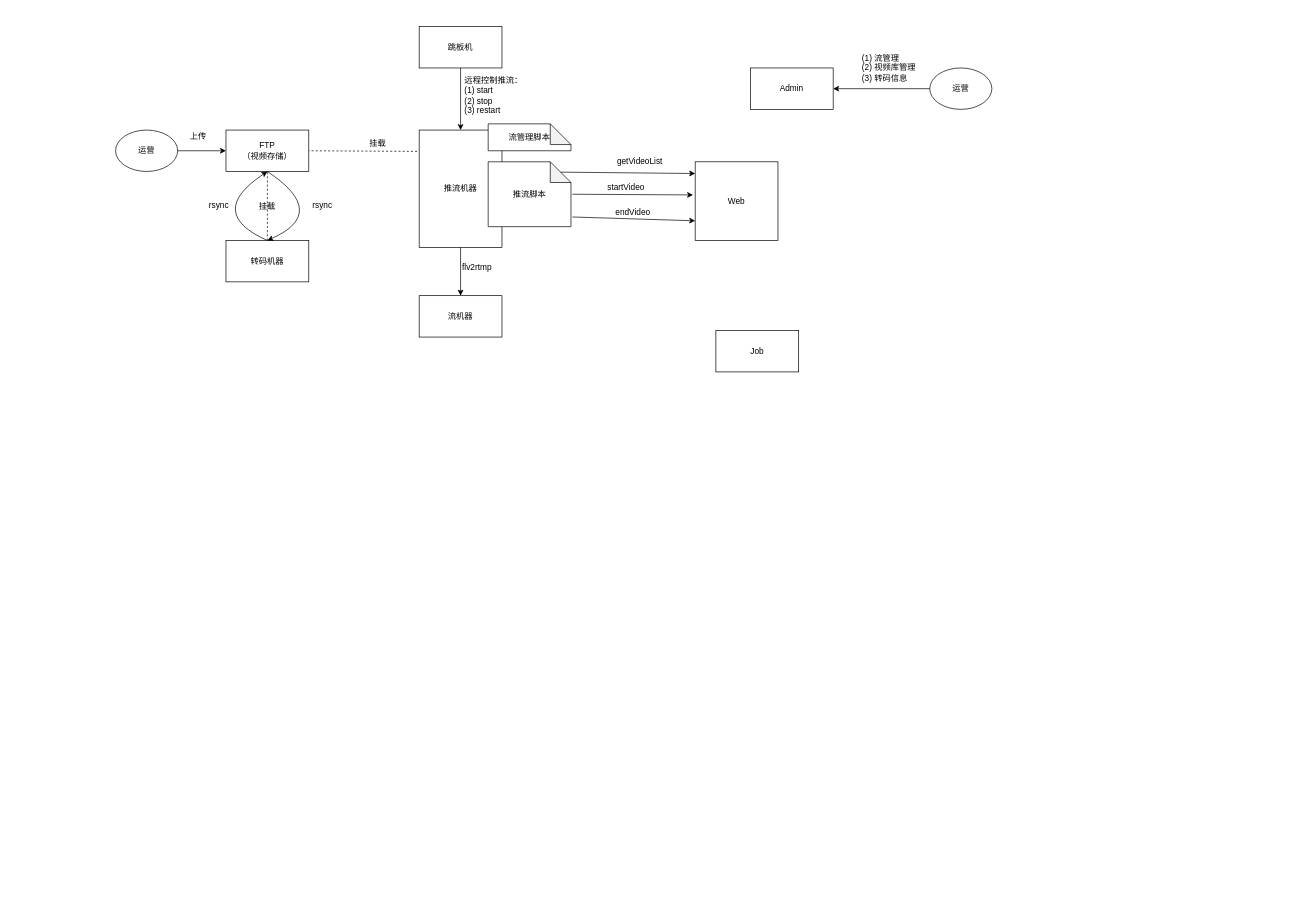
JianHao-Chen/UML keeps this draw.io diagram as seeTogether.drawio. Above is the earlier version. Source tidied: cells renumbered, new cells numbered last; positions are measured from the earlier drawing's top-left corner, leaving out a move shared by most shapes. Both pictures are drawn from the tidied source at 69%, with x=0, y=0 at pixel (115, 26).
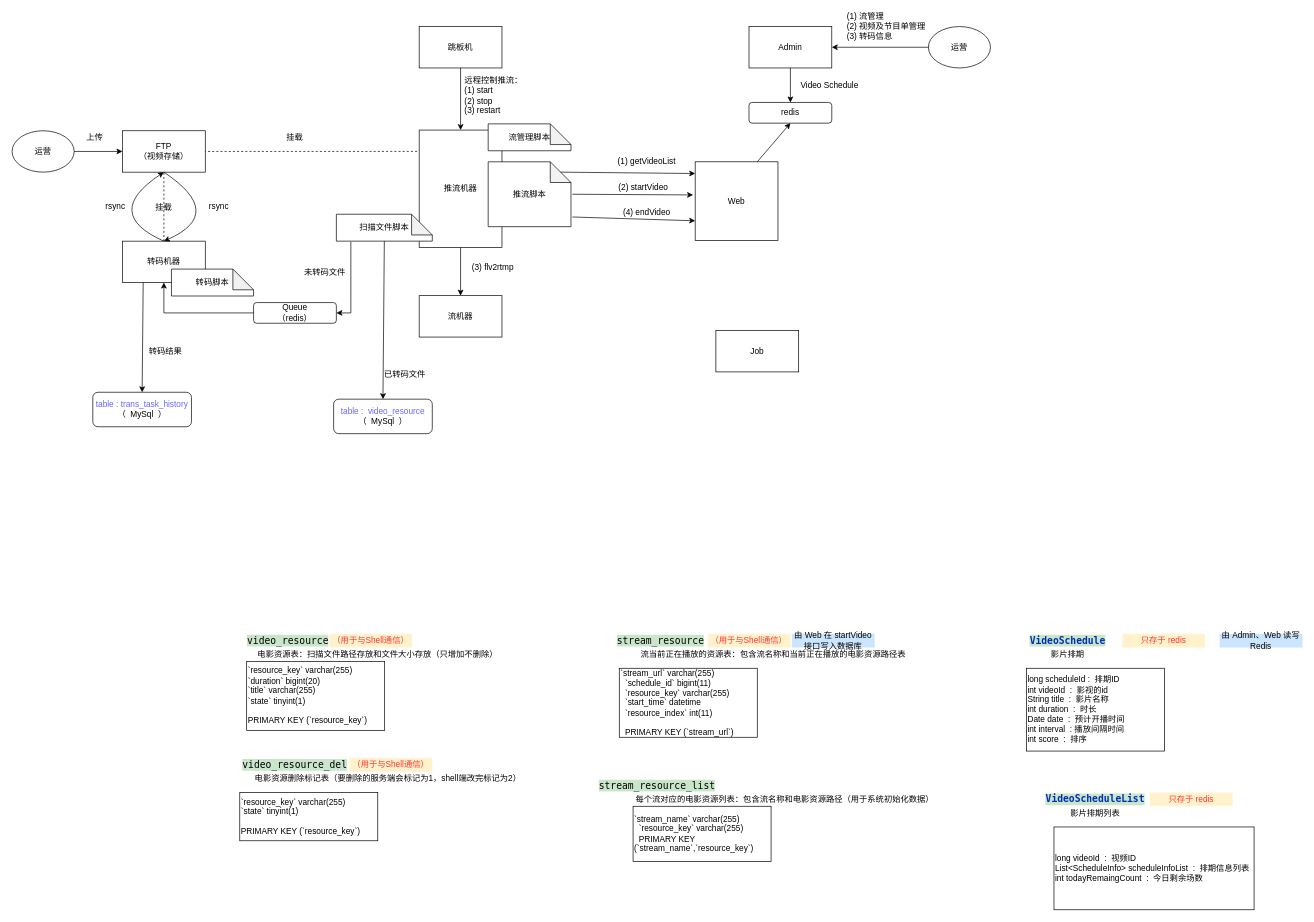
Above is the later version.

The change refers to these unchanged cells:
```xml
<mxCell id="17" value="Web" style="rounded=0;whiteSpace=wrap;html=1;" parent="1" vertex="1">
  <mxGeometry x="840" y="196" width="120" height="114" as="geometry" />
</mxCell>
```

What changed in the source:
```diff
@@
     <mxCell id="2" value="运营" style="ellipse;whiteSpace=wrap;html=1;" parent="1" vertex="1">
-      <mxGeometry y="150" width="90" height="60" as="geometry" />
+      <mxGeometry x="-150" y="151" width="90" height="60" as="geometry" />
     </mxCell>
     <mxCell id="3" value="FTP&lt;br&gt;（视频存储）" style="rounded=0;whiteSpace=wrap;html=1;" parent="1" vertex="1">
-      <mxGeometry x="160" y="150" width="120" height="60" as="geometry" />
+      <mxGeometry x="10" y="151" width="120" height="60" as="geometry" />
     </mxCell>
@@
     <mxCell id="5" value="上传" style="text;html=1;strokeColor=none;fillColor=none;align=center;verticalAlign=middle;whiteSpace=wrap;rounded=0;" parent="1" vertex="1">
-      <mxGeometry x="100" y="150" width="40" height="20" as="geometry" />
+      <mxGeometry x="-50" y="151" width="40" height="20" as="geometry" />
     </mxCell>
     <mxCell id="6" value="转码机器" style="rounded=0;whiteSpace=wrap;html=1;" parent="1" vertex="1">
-      <mxGeometry x="160" y="310" width="120" height="60" as="geometry" />
+      <mxGeometry x="10" y="311" width="120" height="60" as="geometry" />
     </mxCell>
@@
     <mxCell id="8" value="挂载" style="text;html=1;strokeColor=none;fillColor=none;align=center;verticalAlign=middle;whiteSpace=wrap;rounded=0;" parent="1" vertex="1">
-      <mxGeometry x="200" y="251" width="40" height="20" as="geometry" />
+      <mxGeometry x="50" y="252" width="40" height="20" as="geometry" />
     </mxCell>
     <mxCell id="9" style="endArrow=classic;html=1;exitX=0.5;exitY=0;exitDx=0;exitDy=0;entryX=0.5;entryY=1;entryDx=0;entryDy=0;curved=1;" parent="1" edge="1" source="6" target="3">
       <mxGeometry relative="1" as="geometry">
         <Array as="points">
-          <mxPoint x="130" y="270" />
+          <mxPoint x="-20" y="271" />
         </Array>
       </mxGeometry>
     </mxCell>
     <mxCell id="10" style="endArrow=classic;html=1;exitX=0.5;exitY=1;exitDx=0;exitDy=0;entryX=0.5;entryY=0;entryDx=0;entryDy=0;curved=1;" parent="1" edge="1" source="3" target="6">
       <mxGeometry relative="1" as="geometry">
         <Array as="points">
-          <mxPoint x="310" y="270" />
+          <mxPoint x="160" y="271" />
         </Array>
       </mxGeometry>
     </mxCell>
     <mxCell id="11" value="rsync" style="text;html=1;strokeColor=none;fillColor=none;align=center;verticalAlign=middle;whiteSpace=wrap;rounded=0;" parent="1" vertex="1">
-      <mxGeometry x="130" y="250" width="40" height="20" as="geometry" />
+      <mxGeometry x="-20" y="251" width="40" height="20" as="geometry" />
     </mxCell>
     <mxCell id="12" value="rsync" style="text;html=1;strokeColor=none;fillColor=none;align=center;verticalAlign=middle;whiteSpace=wrap;rounded=0;" parent="1" vertex="1">
-      <mxGeometry x="280" y="250" width="40" height="20" as="geometry" />
+      <mxGeometry x="130" y="251" width="40" height="20" as="geometry" />
     </mxCell>
@@
     <mxCell id="15" value="挂载" style="text;html=1;strokeColor=none;fillColor=none;align=center;verticalAlign=middle;whiteSpace=wrap;rounded=0;" parent="1" vertex="1">
-      <mxGeometry x="360" y="160" width="40" height="20" as="geometry" />
+      <mxGeometry x="240" y="151" width="40" height="20" as="geometry" />
     </mxCell>
@@
     <mxCell id="18" value="Admin" style="rounded=0;whiteSpace=wrap;html=1;" parent="1" vertex="1">
-      <mxGeometry x="920" y="60" width="120" height="60" as="geometry" />
+      <mxGeometry x="918" width="120" height="60" as="geometry" />
     </mxCell>
@@
-    <mxCell id="21" value="flv2rtmp" style="text;html=1;strokeColor=none;fillColor=none;align=center;verticalAlign=middle;whiteSpace=wrap;rounded=0;" parent="1" vertex="1">
-      <mxGeometry x="504" y="340" width="40" height="20" as="geometry" />
+    <mxCell id="21" value="(3) flv2rtmp" style="text;html=1;strokeColor=none;fillColor=none;align=center;verticalAlign=middle;whiteSpace=wrap;rounded=0;" parent="1" vertex="1">
+      <mxGeometry x="504" y="340" width="86" height="20" as="geometry" />
     </mxCell>
@@
-    <mxCell id="28" value="getVideoList" style="text;html=1;strokeColor=none;fillColor=none;align=center;verticalAlign=middle;whiteSpace=wrap;rounded=0;" parent="1" vertex="1">
-      <mxGeometry x="740" y="186" width="40" height="20" as="geometry" />
+    <mxCell id="28" value="(1) getVideoList" style="text;html=1;strokeColor=none;fillColor=none;align=center;verticalAlign=middle;whiteSpace=wrap;rounded=0;" parent="1" vertex="1">
+      <mxGeometry x="720" y="186" width="100" height="20" as="geometry" />
     </mxCell>
@@
-    <mxCell id="30" value="startVideo" style="text;html=1;strokeColor=none;fillColor=none;align=center;verticalAlign=middle;whiteSpace=wrap;rounded=0;" parent="1" vertex="1">
-      <mxGeometry x="720" y="223" width="40" height="20" as="geometry" />
+    <mxCell id="30" value="(2) startVideo" style="text;html=1;strokeColor=none;fillColor=none;align=center;verticalAlign=middle;whiteSpace=wrap;rounded=0;" parent="1" vertex="1">
+      <mxGeometry x="720" y="223" width="90" height="20" as="geometry" />
     </mxCell>
@@
-    <mxCell id="32" value="endVideo" style="text;html=1;strokeColor=none;fillColor=none;align=center;verticalAlign=middle;whiteSpace=wrap;rounded=0;" parent="1" vertex="1">
-      <mxGeometry x="730" y="260" width="40" height="20" as="geometry" />
+    <mxCell id="32" value="(4) endVideo" style="text;html=1;strokeColor=none;fillColor=none;align=center;verticalAlign=middle;whiteSpace=wrap;rounded=0;" parent="1" vertex="1">
+      <mxGeometry x="730" y="260" width="80" height="20" as="geometry" />
     </mxCell>
     <mxCell id="33" value="运营" style="ellipse;whiteSpace=wrap;html=1;" parent="1" vertex="1">
-      <mxGeometry x="1180" y="60" width="90" height="60" as="geometry" />
+      <mxGeometry x="1178" width="90" height="60" as="geometry" />
     </mxCell>
@@
-    <mxCell id="35" value="(1) 流管理&lt;br&gt;(2) 视频库管理&lt;br&gt;(3) 转码信息" style="text;html=1;strokeColor=none;fillColor=none;align=left;verticalAlign=middle;whiteSpace=wrap;rounded=0;" parent="1" vertex="1">
-      <mxGeometry x="1080" y="50" width="90" height="20" as="geometry" />
+    <mxCell id="35" value="(1) 流管理&lt;br&gt;(2) 视频及节目单管理&lt;br&gt;(3) 转码信息" style="text;html=1;strokeColor=none;fillColor=none;align=left;verticalAlign=middle;whiteSpace=wrap;rounded=0;" parent="1" vertex="1">
+      <mxGeometry x="1058" y="-10" width="120" height="20" as="geometry" />
     </mxCell>
+    <mxCell id="36" value="`resource_key` varchar(255)&lt;br&gt;`duration` bigint(20)&lt;br&gt;`title` varchar(255)&lt;br&gt;`state` tinyint(1)&lt;br&gt;&lt;br&gt;PRIMARY KEY (`resource_key`)" style="rounded=0;whiteSpace=wrap;html=1;align=left;" parent="1" vertex="1">
+      <mxGeometry x="190" y="920" width="200" height="100" as="geometry" />
+    </mxCell>
+    <mxCell id="37" value="&lt;pre style=&quot;background-color: rgb(202 , 230 , 202) ; font-family: &amp;#34;menlo&amp;#34; ; font-size: 10.5pt&quot;&gt;video_resource&lt;/pre&gt;" style="text;html=1;strokeColor=none;fillColor=none;align=center;verticalAlign=middle;whiteSpace=wrap;rounded=0;" parent="1" vertex="1">
+      <mxGeometry x="230" y="880" width="40" height="20" as="geometry" />
+    </mxCell>
+    <mxCell id="38" value="电影资源表：扫描文件路径存放和文件大小存放（只增加不删除）" style="text;html=1;strokeColor=none;fillColor=none;align=center;verticalAlign=middle;whiteSpace=wrap;rounded=0;" parent="1" vertex="1">
+      <mxGeometry x="190" y="900" width="380" height="20" as="geometry" />
+    </mxCell>
+    <mxCell id="39" value="&lt;pre style=&quot;background-color: rgb(202 , 230 , 202) ; font-family: &amp;#34;menlo&amp;#34; ; font-size: 10.5pt&quot;&gt;video_resource_del&lt;/pre&gt;" style="text;html=1;strokeColor=none;fillColor=none;align=center;verticalAlign=middle;whiteSpace=wrap;rounded=0;" parent="1" vertex="1">
+      <mxGeometry x="240" y="1060" width="40" height="20" as="geometry" />
+    </mxCell>
+    <mxCell id="40" value="电影资源删除标记表（要删除的服务端会标记为1，shell端改完标记为2）" style="text;html=1;strokeColor=none;fillColor=none;align=center;verticalAlign=middle;whiteSpace=wrap;rounded=0;" parent="1" vertex="1">
+      <mxGeometry x="190" y="1080" width="410" height="20" as="geometry" />
+    </mxCell>
+    <mxCell id="41" value="`resource_key` varchar(255)&lt;br&gt;`state` tinyint(1)&lt;br&gt;&lt;br&gt;PRIMARY KEY (`resource_key`)" style="rounded=0;whiteSpace=wrap;html=1;align=left;" parent="1" vertex="1">
+      <mxGeometry x="180" y="1110" width="200" height="70" as="geometry" />
+    </mxCell>
+    <mxCell id="42" value="&lt;font color=&quot;#ff3333&quot;&gt;（用于与Shell通信）&lt;/font&gt;" style="text;html=1;strokeColor=none;fillColor=#FFF2CC;align=center;verticalAlign=middle;whiteSpace=wrap;rounded=0;" parent="1" vertex="1">
+      <mxGeometry x="310" y="880" width="120" height="20" as="geometry" />
+    </mxCell>
+    <mxCell id="43" value="&lt;font color=&quot;#ff3333&quot;&gt;（用于与Shell通信）&lt;/font&gt;" style="text;html=1;strokeColor=none;fillColor=#FFF2CC;align=center;verticalAlign=middle;whiteSpace=wrap;rounded=0;" parent="1" vertex="1">
+      <mxGeometry x="339" y="1060" width="120" height="20" as="geometry" />
+    </mxCell>
+    <mxCell id="44" value="&lt;div&gt;`stream_url` varchar(255)&amp;nbsp;&lt;/div&gt;&lt;div&gt;&amp;nbsp; `schedule_id` bigint(11)&amp;nbsp;&lt;/div&gt;&lt;div&gt;&amp;nbsp; `resource_key` varchar(255)&amp;nbsp;&lt;/div&gt;&lt;div&gt;&amp;nbsp; `start_time` datetime&amp;nbsp;&lt;/div&gt;&lt;div&gt;&amp;nbsp; `resource_index` int(11)&lt;/div&gt;&lt;div&gt;&amp;nbsp;&amp;nbsp;&lt;/div&gt;&lt;div&gt;&amp;nbsp; PRIMARY KEY (`stream_url`)&lt;/div&gt;" style="rounded=0;whiteSpace=wrap;html=1;align=left;" parent="1" vertex="1">
+      <mxGeometry x="730" y="930" width="200" height="100" as="geometry" />
+    </mxCell>
+    <mxCell id="45" value="&lt;pre style=&quot;background-color: rgb(202 , 230 , 202) ; font-family: &amp;#34;menlo&amp;#34; ; font-size: 10.5pt&quot;&gt;&lt;pre style=&quot;font-family: &amp;#34;menlo&amp;#34; ; font-size: 10.5pt&quot;&gt;stream_resource&lt;/pre&gt;&lt;/pre&gt;" style="text;html=1;strokeColor=none;fillColor=none;align=center;verticalAlign=middle;whiteSpace=wrap;rounded=0;" parent="1" vertex="1">
+      <mxGeometry x="770" y="880" width="40" height="20" as="geometry" />
+    </mxCell>
+    <mxCell id="46" value="&amp;nbsp; 流当前正在播放的资源表：包含流名称和当前正在播放的电影资源路径表" style="text;html=1;strokeColor=none;fillColor=none;align=center;verticalAlign=middle;whiteSpace=wrap;rounded=0;" parent="1" vertex="1">
+      <mxGeometry x="730" y="900" width="440" height="20" as="geometry" />
+    </mxCell>
+    <mxCell id="47" value="&lt;font color=&quot;#ff3333&quot;&gt;（用于与Shell通信）&lt;/font&gt;" style="text;html=1;strokeColor=none;fillColor=#FFF2CC;align=center;verticalAlign=middle;whiteSpace=wrap;rounded=0;" parent="1" vertex="1">
+      <mxGeometry x="858" y="880" width="120" height="20" as="geometry" />
+    </mxCell>
+    <mxCell id="48" value="由 Web 在 startVideo 接口写入数据库" style="text;html=1;strokeColor=none;fillColor=#CCE5FF;align=center;verticalAlign=middle;whiteSpace=wrap;rounded=0;" parent="1" vertex="1">
+      <mxGeometry x="980" y="880" width="120" height="20" as="geometry" />
+    </mxCell>
+    <mxCell id="49" value="&lt;div&gt;`stream_name` varchar(255)&amp;nbsp;&lt;/div&gt;&lt;div&gt;&amp;nbsp; `resource_key` varchar(255)&amp;nbsp;&lt;/div&gt;&lt;div&gt;&amp;nbsp; PRIMARY KEY (`stream_name`,`resource_key`)&lt;/div&gt;" style="rounded=0;whiteSpace=wrap;html=1;align=left;" parent="1" vertex="1">
+      <mxGeometry x="750" y="1130" width="200" height="80" as="geometry" />
+    </mxCell>
+    <mxCell id="50" value="&lt;pre style=&quot;background-color: rgb(202 , 230 , 202) ; font-family: &amp;#34;menlo&amp;#34; ; font-size: 10.5pt&quot;&gt;&lt;pre style=&quot;font-family: &amp;#34;menlo&amp;#34; ; font-size: 10.5pt&quot;&gt;stream_resource_list&lt;/pre&gt;&lt;/pre&gt;" style="text;html=1;strokeColor=none;fillColor=none;align=center;verticalAlign=middle;whiteSpace=wrap;rounded=0;" parent="1" vertex="1">
+      <mxGeometry x="765" y="1090" width="40" height="20" as="geometry" />
+    </mxCell>
+    <mxCell id="51" value="每个流对应的电影资源列表：包含流名称和电影资源路径（用于系统初始化数据）" style="text;html=1;strokeColor=none;fillColor=none;align=center;verticalAlign=middle;whiteSpace=wrap;rounded=0;" parent="1" vertex="1">
+      <mxGeometry x="750" y="1110" width="440" height="20" as="geometry" />
+    </mxCell>
+    <mxCell id="52" value="long scheduleId :&amp;nbsp;&amp;nbsp;排期ID&lt;br&gt;int videoId&amp;nbsp; :&amp;nbsp;&amp;nbsp;影视的id&lt;br&gt;String title&amp;nbsp; :&amp;nbsp;&amp;nbsp;影片名称&lt;br&gt;int duration&amp;nbsp; :&amp;nbsp;&amp;nbsp;时长&lt;br&gt;Date date&amp;nbsp; :&amp;nbsp;&amp;nbsp;预计开播时间&lt;br&gt;int interval&amp;nbsp; :&amp;nbsp;播放间隔时间&lt;br&gt;int score&amp;nbsp; :&amp;nbsp;&amp;nbsp;排序" style="rounded=0;whiteSpace=wrap;html=1;align=left;" parent="1" vertex="1">
+      <mxGeometry x="1320" y="930" width="200" height="120" as="geometry" />
+    </mxCell>
+    <mxCell id="53" value="&lt;pre style=&quot;background-color: rgb(202 , 230 , 202) ; font-family: &amp;#34;menlo&amp;#34; ; font-size: 10.5pt&quot;&gt;&lt;pre style=&quot;font-family: &amp;#34;menlo&amp;#34; ; font-size: 10.5pt&quot;&gt;&lt;pre style=&quot;font-family: &amp;#34;menlo&amp;#34; ; font-size: 10.5pt&quot;&gt;&lt;span style=&quot;color: #002db5 ; font-weight: bold&quot;&gt;VideoSchedule&lt;/span&gt;&lt;/pre&gt;&lt;/pre&gt;&lt;/pre&gt;" style="text;html=1;strokeColor=none;fillColor=none;align=center;verticalAlign=middle;whiteSpace=wrap;rounded=0;" parent="1" vertex="1">
+      <mxGeometry x="1360" y="880" width="40" height="20" as="geometry" />
+    </mxCell>
+    <mxCell id="54" value="影片排期" style="text;html=1;strokeColor=none;fillColor=none;align=center;verticalAlign=middle;whiteSpace=wrap;rounded=0;" parent="1" vertex="1">
+      <mxGeometry x="1325" y="900" width="110" height="20" as="geometry" />
+    </mxCell>
+    <mxCell id="55" value="由 Admin、Web 读写Redis" style="text;html=1;strokeColor=none;fillColor=#CCE5FF;align=center;verticalAlign=middle;whiteSpace=wrap;rounded=0;" parent="1" vertex="1">
+      <mxGeometry x="1600" y="880" width="120" height="20" as="geometry" />
+    </mxCell>
+    <mxCell id="56" value="&lt;font color=&quot;#ff3333&quot;&gt;只存于 redis&lt;/font&gt;" style="text;html=1;strokeColor=none;fillColor=#FFF2CC;align=center;verticalAlign=middle;whiteSpace=wrap;rounded=0;" parent="1" vertex="1">
+      <mxGeometry x="1459" y="880" width="120" height="20" as="geometry" />
+    </mxCell>
+    <mxCell id="57" value="redis" style="rounded=1;whiteSpace=wrap;html=1;fillColor=#FFFFFF;" parent="1" vertex="1">
+      <mxGeometry x="918" y="110" width="120" height="30" as="geometry" />
+    </mxCell>
+    <mxCell id="58" style="endArrow=classic;html=1;exitX=0.5;exitY=1;exitDx=0;exitDy=0;entryX=0.5;entryY=0;entryDx=0;entryDy=0;" parent="1" edge="1" source="18" target="57">
+      <mxGeometry relative="1" as="geometry" />
+    </mxCell>
+    <mxCell id="59" style="endArrow=classic;html=1;exitX=0.75;exitY=0;exitDx=0;exitDy=0;entryX=0.5;entryY=1;entryDx=0;entryDy=0;" parent="1" edge="1" source="17" target="57">
+      <mxGeometry relative="1" as="geometry" />
+    </mxCell>
+    <mxCell id="60" value="Video Schedule" style="text;html=1;strokeColor=none;fillColor=none;align=center;verticalAlign=middle;whiteSpace=wrap;rounded=0;" parent="1" vertex="1">
+      <mxGeometry x="990" y="75" width="90" height="20" as="geometry" />
+    </mxCell>
+    <mxCell id="61" value="long videoId&amp;nbsp; :&amp;nbsp; 视频ID&lt;br&gt;List&amp;lt;ScheduleInfo&amp;gt; scheduleInfoList&amp;nbsp; :&amp;nbsp;&amp;nbsp;排期信息列表&lt;br&gt;int todayRemaingCount&amp;nbsp; :&amp;nbsp;&amp;nbsp;今日剩余场数" style="rounded=0;whiteSpace=wrap;html=1;align=left;" parent="1" vertex="1">
+      <mxGeometry x="1360" y="1160" width="290" height="120" as="geometry" />
+    </mxCell>
+    <mxCell id="62" value="&lt;pre style=&quot;background-color: rgb(202 , 230 , 202) ; font-family: &amp;#34;menlo&amp;#34; ; font-size: 10.5pt&quot;&gt;&lt;pre style=&quot;font-family: &amp;#34;menlo&amp;#34; ; font-size: 10.5pt&quot;&gt;&lt;pre style=&quot;font-family: &amp;#34;menlo&amp;#34; ; font-size: 10.5pt&quot;&gt;&lt;span style=&quot;color: #002db5 ; font-weight: bold&quot;&gt;VideoScheduleList&lt;/span&gt;&lt;/pre&gt;&lt;/pre&gt;&lt;/pre&gt;" style="text;html=1;strokeColor=none;fillColor=none;align=center;verticalAlign=middle;whiteSpace=wrap;rounded=0;" parent="1" vertex="1">
+      <mxGeometry x="1400" y="1110" width="40" height="20" as="geometry" />
+    </mxCell>
+    <mxCell id="63" value="影片排期列表" style="text;html=1;strokeColor=none;fillColor=none;align=center;verticalAlign=middle;whiteSpace=wrap;rounded=0;" parent="1" vertex="1">
+      <mxGeometry x="1365" y="1130" width="110" height="20" as="geometry" />
+    </mxCell>
+    <mxCell id="64" value="&lt;font color=&quot;#ff3333&quot;&gt;只存于 redis&lt;/font&gt;" style="text;html=1;strokeColor=none;fillColor=#FFF2CC;align=center;verticalAlign=middle;whiteSpace=wrap;rounded=0;" parent="1" vertex="1">
+      <mxGeometry x="1499" y="1110" width="120" height="20" as="geometry" />
+    </mxCell>
+    <mxCell id="65" value="扫描文件脚本" style="shape=note;whiteSpace=wrap;html=1;backgroundOutline=1;darkOpacity=0.05;" parent="1" vertex="1">
+      <mxGeometry x="320" y="272" width="139" height="39" as="geometry" />
+    </mxCell>
+    <mxCell id="66" value="Queue&lt;br&gt;（redis）" style="rounded=1;whiteSpace=wrap;html=1;fillColor=#FFFFFF;" parent="1" vertex="1">
+      <mxGeometry x="200" y="400" width="120" height="30" as="geometry" />
+    </mxCell>
+    <mxCell id="67" style="endArrow=classic;html=1;exitX=0.151;exitY=1.026;exitDx=0;exitDy=0;exitPerimeter=0;entryX=1;entryY=0.5;entryDx=0;entryDy=0;rounded=0;" parent="1" edge="1" source="65" target="66">
+      <mxGeometry relative="1" as="geometry">
+        <Array as="points">
+          <mxPoint x="341" y="415" />
+        </Array>
+      </mxGeometry>
+    </mxCell>
+    <mxCell id="68" style="endArrow=classic;html=1;exitX=0;exitY=0.5;exitDx=0;exitDy=0;entryX=0.5;entryY=1;entryDx=0;entryDy=0;rounded=0;" parent="1" edge="1" source="66" target="6">
+      <mxGeometry relative="1" as="geometry">
+        <Array as="points">
+          <mxPoint x="70" y="415" />
+        </Array>
+      </mxGeometry>
+    </mxCell>
+    <mxCell id="69" value="未转码文件" style="text;html=1;strokeColor=none;fillColor=none;align=center;verticalAlign=middle;whiteSpace=wrap;rounded=0;" parent="1" vertex="1">
+      <mxGeometry x="270" y="346" width="67" height="20" as="geometry" />
+    </mxCell>
+    <mxCell id="70" value="&lt;font color=&quot;#6666ff&quot;&gt;table :&amp;nbsp; video_resource&lt;br&gt;&lt;/font&gt;（&amp;nbsp; MySql&amp;nbsp; ）" style="rounded=1;whiteSpace=wrap;html=1;fillColor=#FFFFFF;" parent="1" vertex="1">
+      <mxGeometry x="316" y="540" width="143" height="50" as="geometry" />
+    </mxCell>
+    <mxCell id="71" value="已转码文件" style="text;html=1;strokeColor=none;fillColor=none;align=center;verticalAlign=middle;whiteSpace=wrap;rounded=0;" parent="1" vertex="1">
+      <mxGeometry x="386" y="495" width="67" height="20" as="geometry" />
+    </mxCell>
+    <mxCell id="72" style="endArrow=classic;html=1;exitX=0.5;exitY=1;exitDx=0;exitDy=0;exitPerimeter=0;entryX=0.5;entryY=0;entryDx=0;entryDy=0;" parent="1" edge="1" source="65" target="70">
+      <mxGeometry relative="1" as="geometry" />
+    </mxCell>
+    <mxCell id="73" value="转码脚本" style="shape=note;whiteSpace=wrap;html=1;backgroundOutline=1;darkOpacity=0.05;" parent="1" vertex="1">
+      <mxGeometry x="81" y="351.5" width="119" height="39" as="geometry" />
+    </mxCell>
+    <mxCell id="74" value="&lt;font color=&quot;#6666ff&quot;&gt;table : trans_task_history&lt;br&gt;&lt;/font&gt;（&amp;nbsp; MySql&amp;nbsp; ）" style="rounded=1;whiteSpace=wrap;html=1;fillColor=#FFFFFF;" parent="1" vertex="1">
+      <mxGeometry x="-33" y="530" width="143" height="50" as="geometry" />
+    </mxCell>
+    <mxCell id="75" style="endArrow=classic;html=1;exitX=0.25;exitY=1;exitDx=0;exitDy=0;entryX=0.5;entryY=0;entryDx=0;entryDy=0;" parent="1" edge="1" source="6" target="74">
+      <mxGeometry relative="1" as="geometry" />
+    </mxCell>
+    <mxCell id="76" value="转码结果" style="text;html=1;strokeColor=none;fillColor=none;align=center;verticalAlign=middle;whiteSpace=wrap;rounded=0;" parent="1" vertex="1">
+      <mxGeometry x="38.5" y="460.5" width="67" height="20" as="geometry" />
+    </mxCell>
```
